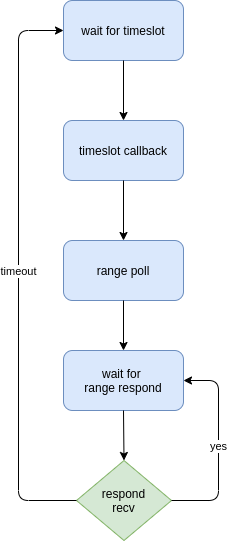
This is reports/03_firmware/img/twr_initiator.png from tuannv-github/uwb-ips, a draw.io export, as it was before one commit. Source tidied: cells renumbered, new cells last; positions are measured from the earlier drawing's top-left corner, leaving out a move shared by most shapes. Source of this version:
```xml
<mxGraphModel>
  <root>
    <mxCell id="0" />
    <mxCell id="1" parent="0" />
    <mxCell id="2" value="wait for timeslot" style="rounded=1;whiteSpace=wrap;html=1;fillColor=#dae8fc;strokeColor=#6c8ebf;" parent="1" vertex="1">
      <mxGeometry x="45" width="120" height="60" as="geometry" />
    </mxCell>
    <mxCell id="3" value="timeslot callback" style="rounded=1;whiteSpace=wrap;html=1;fillColor=#dae8fc;strokeColor=#6c8ebf;" parent="1" vertex="1">
      <mxGeometry x="45" y="120" width="120" height="60" as="geometry" />
    </mxCell>
    <mxCell id="4" style="endArrow=classic;html=1;exitX=0.5;exitY=1;exitDx=0;exitDy=0;entryX=0.5;entryY=0;entryDx=0;entryDy=0;" parent="1" edge="1" source="2" target="3">
      <mxGeometry relative="1" as="geometry" />
    </mxCell>
    <mxCell id="5" value="range poll" style="rounded=1;whiteSpace=wrap;html=1;fillColor=#dae8fc;strokeColor=#6c8ebf;" parent="1" vertex="1">
      <mxGeometry x="45" y="240" width="120" height="60" as="geometry" />
    </mxCell>
    <mxCell id="6" style="endArrow=classic;html=1;exitX=0.5;exitY=1;exitDx=0;exitDy=0;entryX=0.5;entryY=0;entryDx=0;entryDy=0;" parent="1" edge="1" source="3" target="5">
      <mxGeometry relative="1" as="geometry" />
    </mxCell>
    <mxCell id="7" value="wait for &lt;br&gt;range respond" style="rounded=1;whiteSpace=wrap;html=1;fillColor=#dae8fc;strokeColor=#6c8ebf;" parent="1" vertex="1">
      <mxGeometry x="45" y="350" width="120" height="60" as="geometry" />
    </mxCell>
    <mxCell id="8" style="endArrow=classic;html=1;exitX=0.5;exitY=1;exitDx=0;exitDy=0;entryX=0.5;entryY=0;entryDx=0;entryDy=0;" parent="1" edge="1" source="5" target="7">
      <mxGeometry relative="1" as="geometry" />
    </mxCell>
    <mxCell id="9" value="respond&lt;br&gt;recv" style="rhombus;whiteSpace=wrap;html=1;fillColor=#d5e8d4;strokeColor=#82b366;" parent="1" vertex="1">
      <mxGeometry x="58" y="460" width="95" height="80" as="geometry" />
    </mxCell>
    <mxCell id="10" style="endArrow=classic;html=1;exitX=0.5;exitY=1;exitDx=0;exitDy=0;entryX=0.5;entryY=0;entryDx=0;entryDy=0;" parent="1" edge="1" source="7" target="9">
      <mxGeometry relative="1" as="geometry" />
    </mxCell>
    <mxCell id="11" value="yes" style="endArrow=classic;html=1;exitX=1;exitY=0.5;exitDx=0;exitDy=0;entryX=1;entryY=0.5;entryDx=0;entryDy=0;" parent="1" edge="1" source="9" target="7">
      <mxGeometry relative="1" as="geometry">
        <Array as="points">
          <mxPoint x="200" y="500" />
          <mxPoint x="200" y="380" />
        </Array>
      </mxGeometry>
    </mxCell>
    <mxCell id="12" value="timeout" style="endArrow=classic;html=1;exitX=0;exitY=0.5;exitDx=0;exitDy=0;entryX=0;entryY=0.5;entryDx=0;entryDy=0;" parent="1" edge="1" source="9" target="2">
      <mxGeometry relative="1" as="geometry">
        <Array as="points">
          <mxPoint y="500" />
          <mxPoint y="30" />
        </Array>
      </mxGeometry>
    </mxCell>
  </root>
</mxGraphModel>
```
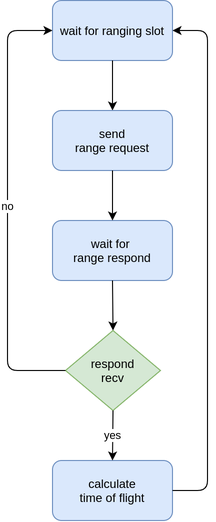
The same file after the commit.

Change to the diagram source:
```diff
@@ -2,21 +2,15 @@
   <root>
     <mxCell id="0" />
     <mxCell id="1" parent="0" />
-    <mxCell id="2" value="wait for timeslot" style="rounded=1;whiteSpace=wrap;html=1;fillColor=#dae8fc;strokeColor=#6c8ebf;" parent="1" vertex="1">
-      <mxGeometry x="45" width="120" height="60" as="geometry" />
+    <mxCell id="2" value="wait for ranging slot" style="rounded=1;whiteSpace=wrap;html=1;fillColor=#dae8fc;strokeColor=#6c8ebf;" parent="1" vertex="1">
+      <mxGeometry x="45" y="130" width="120" height="60" as="geometry" />
     </mxCell>
-    <mxCell id="3" value="timeslot callback" style="rounded=1;whiteSpace=wrap;html=1;fillColor=#dae8fc;strokeColor=#6c8ebf;" parent="1" vertex="1">
-      <mxGeometry x="45" y="120" width="120" height="60" as="geometry" />
-    </mxCell>
-    <mxCell id="4" style="endArrow=classic;html=1;exitX=0.5;exitY=1;exitDx=0;exitDy=0;entryX=0.5;entryY=0;entryDx=0;entryDy=0;" parent="1" edge="1" source="2" target="3">
+    <mxCell id="4" style="endArrow=classic;html=1;exitX=0.5;exitY=1;exitDx=0;exitDy=0;entryX=0.5;entryY=0;entryDx=0;entryDy=0;" parent="1" edge="1" source="2" target="5">
       <mxGeometry relative="1" as="geometry" />
     </mxCell>
-    <mxCell id="5" value="range poll" style="rounded=1;whiteSpace=wrap;html=1;fillColor=#dae8fc;strokeColor=#6c8ebf;" parent="1" vertex="1">
+    <mxCell id="5" value="send&lt;br&gt;range request" style="rounded=1;whiteSpace=wrap;html=1;fillColor=#dae8fc;strokeColor=#6c8ebf;" parent="1" vertex="1">
       <mxGeometry x="45" y="240" width="120" height="60" as="geometry" />
     </mxCell>
-    <mxCell id="6" style="endArrow=classic;html=1;exitX=0.5;exitY=1;exitDx=0;exitDy=0;entryX=0.5;entryY=0;entryDx=0;entryDy=0;" parent="1" edge="1" source="3" target="5">
-      <mxGeometry relative="1" as="geometry" />
-    </mxCell>
     <mxCell id="7" value="wait for &lt;br&gt;range respond" style="rounded=1;whiteSpace=wrap;html=1;fillColor=#dae8fc;strokeColor=#6c8ebf;" parent="1" vertex="1">
       <mxGeometry x="45" y="350" width="120" height="60" as="geometry" />
     </mxCell>
@@ -29,21 +23,27 @@
     <mxCell id="10" style="endArrow=classic;html=1;exitX=0.5;exitY=1;exitDx=0;exitDy=0;entryX=0.5;entryY=0;entryDx=0;entryDy=0;" parent="1" edge="1" source="7" target="9">
       <mxGeometry relative="1" as="geometry" />
     </mxCell>
+    <mxCell id="12" value="no" style="endArrow=classic;html=1;exitX=0;exitY=0.5;exitDx=0;exitDy=0;entryX=0;entryY=0.5;entryDx=0;entryDy=0;" parent="1" edge="1" source="9" target="2">
+      <mxGeometry relative="1" as="geometry">
+        <Array as="points">
+          <mxPoint y="500" />
+          <mxPoint y="160" />
+        </Array>
+      </mxGeometry>
+    </mxCell>
+    <mxCell id="13" value="calculate&lt;br&gt;time of flight" style="rounded=1;whiteSpace=wrap;html=1;fillColor=#dae8fc;strokeColor=#6c8ebf;" parent="1" vertex="1">
+      <mxGeometry x="45" y="590" width="120" height="60" as="geometry" />
+    </mxCell>
-    <mxCell id="11" value="yes" style="endArrow=classic;html=1;exitX=1;exitY=0.5;exitDx=0;exitDy=0;entryX=1;entryY=0.5;entryDx=0;entryDy=0;" parent="1" edge="1" source="9" target="7">
-      <mxGeometry relative="1" as="geometry">
-        <Array as="points">
-          <mxPoint x="200" y="500" />
-          <mxPoint x="200" y="380" />
-        </Array>
-      </mxGeometry>
+    <mxCell id="11" value="yes" style="endArrow=classic;html=1;exitX=0.5;exitY=1;exitDx=0;exitDy=0;entryX=0.5;entryY=0;entryDx=0;entryDy=0;" parent="1" edge="1" source="9" target="13">
+      <mxGeometry relative="1" as="geometry" />
     </mxCell>
-    <mxCell id="12" value="timeout" style="endArrow=classic;html=1;exitX=0;exitY=0.5;exitDx=0;exitDy=0;entryX=0;entryY=0.5;entryDx=0;entryDy=0;" parent="1" edge="1" source="9" target="2">
-      <mxGeometry relative="1" as="geometry">
-        <Array as="points">
-          <mxPoint y="500" />
-          <mxPoint y="30" />
-        </Array>
-      </mxGeometry>
-    </mxCell>
+    <mxCell id="14" style="endArrow=classic;html=1;exitX=1;exitY=0.5;exitDx=0;exitDy=0;entryX=1;entryY=0.5;entryDx=0;entryDy=0;" parent="1" edge="1" source="13" target="2">
+      <mxGeometry relative="1" as="geometry">
+        <Array as="points">
+          <mxPoint x="200" y="620" />
+          <mxPoint x="200" y="160" />
+        </Array>
+      </mxGeometry>
+    </mxCell>
   </root>
 </mxGraphModel>
```
